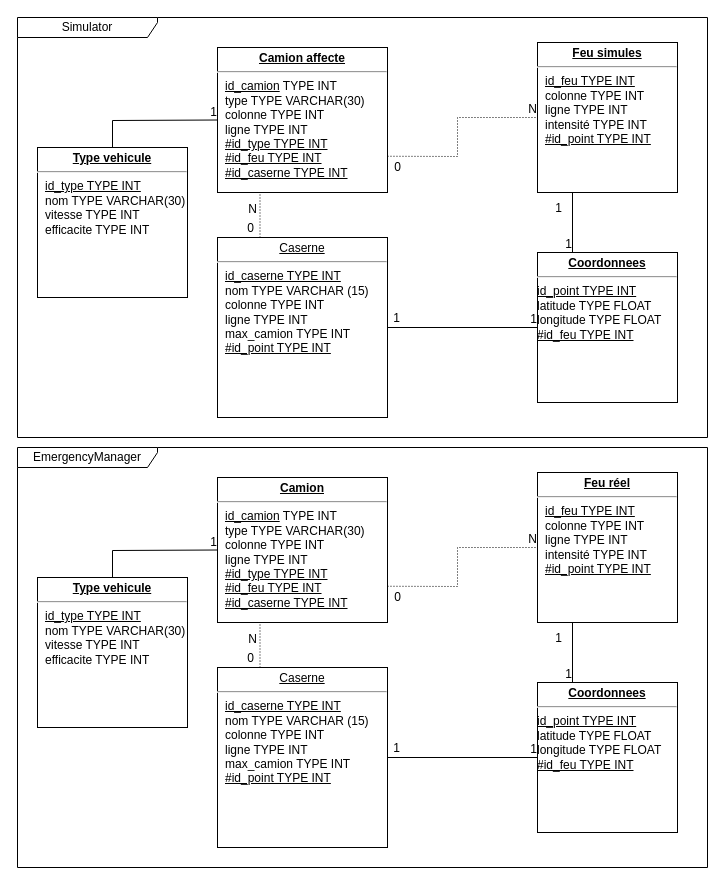
Before: Archi_Schema/Schema_BDD.drawio in SimSua/projet_transversal, a draw.io diagram. Source tidied: cells renumbered, new cells numbered last; positions are measured from the earlier drawing's top-left corner, leaving out a move shared by most shapes. Both pictures are drawn from the tidied source at 100%, with x=0, y=0 at pixel (17, 17).
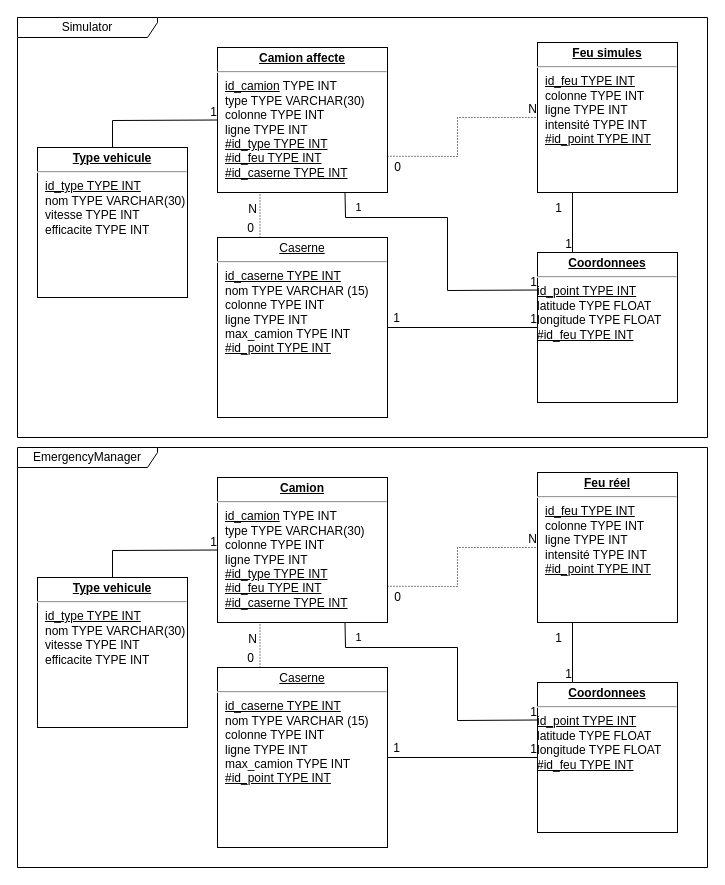
The same diagram, later.

Commit message (it also covers changes not shown here):
Update schema database

The change refers to these unchanged cells:
```xml
<mxCell id="3" value="&lt;p style=&quot;margin: 0px ; margin-top: 4px ; text-align: center ; text-decoration: underline&quot;&gt;&lt;b&gt;Camion&lt;/b&gt;&lt;/p&gt;&lt;hr&gt;&lt;p style=&quot;margin: 0px ; margin-left: 8px&quot;&gt;&lt;u&gt;id_camion&lt;/u&gt; TYPE INT&lt;br&gt;&lt;/p&gt;&lt;p style=&quot;margin: 0px ; margin-left: 8px&quot;&gt;type TYPE VARCHAR(30)&lt;/p&gt;&lt;p style=&quot;margin: 0px ; margin-left: 8px&quot;&gt;colonne TYPE INT&lt;/p&gt;&lt;p style=&quot;margin: 0px ; margin-left: 8px&quot;&gt;ligne TYPE INT&lt;/p&gt;&lt;p style=&quot;margin: 0px ; margin-left: 8px&quot;&gt;&lt;u&gt;#id_type TYPE INT&lt;/u&gt;&lt;br&gt;&lt;/p&gt;&lt;p style=&quot;margin: 0px ; margin-left: 8px&quot;&gt;&lt;u&gt;#id_feu TYPE INT&lt;/u&gt;&lt;/p&gt;&lt;p style=&quot;margin: 0px ; margin-left: 8px&quot;&gt;&lt;u&gt;#id_caserne TYPE INT&lt;/u&gt;&lt;br&gt;&lt;/p&gt;&lt;p style=&quot;margin: 0px ; margin-left: 8px&quot;&gt;&lt;br&gt;&lt;/p&gt;" style="verticalAlign=top;align=left;overflow=fill;fontSize=12;fontFamily=Helvetica;html=1;rounded=0;shadow=0;comic=0;labelBackgroundColor=none;strokeWidth=1;" parent="1" vertex="1">
  <mxGeometry x="200" y="460" width="170" height="145" as="geometry" />
</mxCell>
<mxCell id="6" value="&lt;p style=&quot;margin: 0px ; margin-top: 4px ; text-align: center ; text-decoration: underline&quot;&gt;&lt;b&gt;Coordonnees&lt;/b&gt;&lt;br&gt;&lt;/p&gt;&lt;hr&gt;&lt;div&gt;&lt;u&gt;id_point TYPE INT&lt;/u&gt;&lt;/div&gt;&lt;div&gt;latitude TYPE FLOAT&lt;/div&gt;&lt;div&gt;longitude TYPE FLOAT&lt;/div&gt;&lt;div&gt;&lt;u&gt;#id_feu TYPE INT&lt;br&gt;&lt;/u&gt;&lt;/div&gt;&lt;div&gt;&lt;br&gt;&lt;/div&gt;" style="verticalAlign=top;align=left;overflow=fill;fontSize=12;fontFamily=Helvetica;html=1;rounded=0;shadow=0;comic=0;labelBackgroundColor=none;strokeWidth=1;" parent="1" vertex="1">
  <mxGeometry x="520" y="665" width="140" height="150" as="geometry" />
</mxCell>
<mxCell id="23" value="&lt;p style=&quot;margin: 0px ; margin-top: 4px ; text-align: center ; text-decoration: underline&quot;&gt;&lt;b&gt;Camion affecte&lt;br&gt;&lt;/b&gt;&lt;/p&gt;&lt;hr&gt;&lt;p style=&quot;margin: 0px ; margin-left: 8px&quot;&gt;&lt;u&gt;id_camion&lt;/u&gt; TYPE INT&lt;br&gt;&lt;/p&gt;&lt;p style=&quot;margin: 0px ; margin-left: 8px&quot;&gt;type TYPE VARCHAR(30)&lt;/p&gt;&lt;p style=&quot;margin: 0px ; margin-left: 8px&quot;&gt;colonne TYPE INT&lt;/p&gt;&lt;p style=&quot;margin: 0px ; margin-left: 8px&quot;&gt;ligne TYPE INT&lt;/p&gt;&lt;p style=&quot;margin: 0px ; margin-left: 8px&quot;&gt;&lt;u&gt;#id_type TYPE INT&lt;/u&gt;&lt;br&gt;&lt;/p&gt;&lt;p style=&quot;margin: 0px ; margin-left: 8px&quot;&gt;&lt;u&gt;#id_feu TYPE INT&lt;/u&gt;&lt;/p&gt;&lt;p style=&quot;margin: 0px ; margin-left: 8px&quot;&gt;&lt;u&gt;#id_caserne TYPE INT&lt;/u&gt;&lt;br&gt;&lt;/p&gt;&lt;p style=&quot;margin: 0px ; margin-left: 8px&quot;&gt;&lt;br&gt;&lt;/p&gt;" style="verticalAlign=top;align=left;overflow=fill;fontSize=12;fontFamily=Helvetica;html=1;rounded=0;shadow=0;comic=0;labelBackgroundColor=none;strokeWidth=1;" parent="1" vertex="1">
  <mxGeometry x="200" y="30" width="170" height="145" as="geometry" />
</mxCell>
<mxCell id="26" value="&lt;p style=&quot;margin: 0px ; margin-top: 4px ; text-align: center ; text-decoration: underline&quot;&gt;&lt;b&gt;Coordonnees&lt;/b&gt;&lt;br&gt;&lt;/p&gt;&lt;hr&gt;&lt;div&gt;&lt;u&gt;id_point TYPE INT&lt;/u&gt;&lt;/div&gt;&lt;div&gt;latitude TYPE FLOAT&lt;/div&gt;&lt;div&gt;longitude TYPE FLOAT&lt;/div&gt;&lt;div&gt;&lt;u&gt;#id_feu TYPE INT&lt;br&gt;&lt;/u&gt;&lt;/div&gt;&lt;div&gt;&lt;br&gt;&lt;/div&gt;" style="verticalAlign=top;align=left;overflow=fill;fontSize=12;fontFamily=Helvetica;html=1;rounded=0;shadow=0;comic=0;labelBackgroundColor=none;strokeWidth=1;" parent="1" vertex="1">
  <mxGeometry x="520" y="235" width="140" height="150" as="geometry" />
</mxCell>
```

Diff of the diagram source:
```diff
@@
+    <mxCell id="42" value="1" style="endArrow=none;html=1;rounded=0;exitX=0.75;exitY=1;exitDx=0;exitDy=0;entryX=0;entryY=0.25;entryDx=0;entryDy=0;" parent="1" edge="1" source="3" target="6">
+      <mxGeometry x="-0.74" y="10" relative="1" as="geometry">
+        <Array as="points">
+          <mxPoint x="328" y="630" />
+          <mxPoint x="440" y="630" />
+          <mxPoint x="440" y="703" />
+        </Array>
+      </mxGeometry>
+    </mxCell>
+    <mxCell id="43" value="1" style="html=1;align=right;verticalAlign=bottom;" parent="42" vertex="1">
+      <mxGeometry x="1" relative="1" as="geometry" />
+    </mxCell>
+    <mxCell id="44" value="1" style="endArrow=none;html=1;rounded=0;exitX=0.75;exitY=1;exitDx=0;exitDy=0;entryX=0;entryY=0.25;entryDx=0;entryDy=0;" parent="1" edge="1" source="23" target="26">
+      <mxGeometry x="-0.74" y="10" relative="1" as="geometry">
+        <Array as="points">
+          <mxPoint x="328" y="200" />
+          <mxPoint x="430" y="200" />
+          <mxPoint x="430" y="273" />
+        </Array>
+      </mxGeometry>
+    </mxCell>
+    <mxCell id="45" value="1" style="html=1;align=right;verticalAlign=bottom;" parent="44" vertex="1">
+      <mxGeometry x="1" relative="1" as="geometry" />
+    </mxCell>
```
